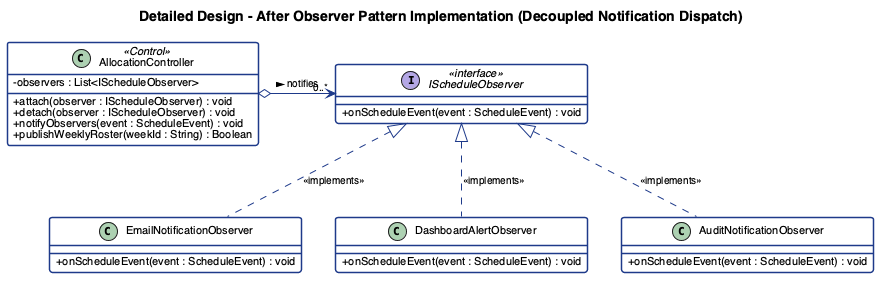
Above: report/assets/m2/observer_pattern_after.png in adoreblvnk/2001temp (PlantUML), before the change.
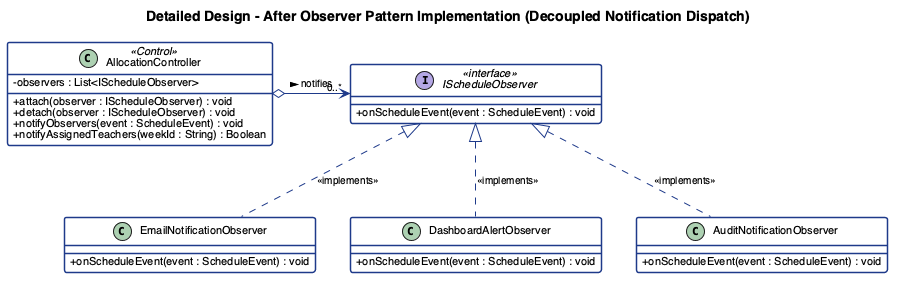
After the commit.

Change to the diagram source:
```diff
@@ -25,7 +25,7 @@
     + attach(observer : IScheduleObserver) : void
     + detach(observer : IScheduleObserver) : void
     + notifyObservers(event : ScheduleEvent) : void
-    + publishWeeklyRoster(weekId : String) : Boolean
+    + notifyAssignedTeachers(weekId : String) : Boolean
 }
 
 interface IScheduleObserver <<interface>> {
```
